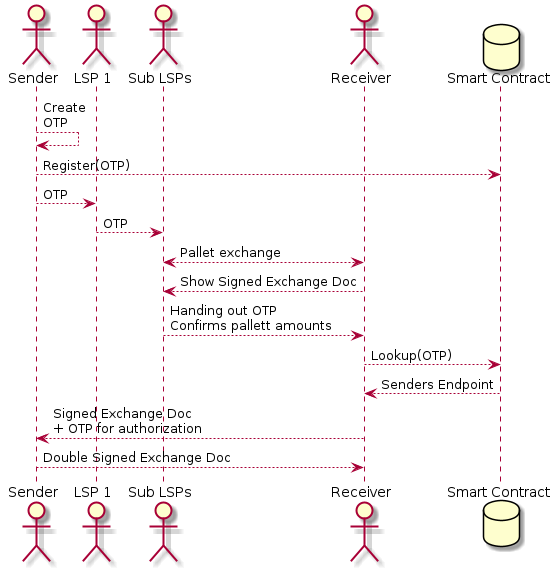
This is pix/B4l-Subcontractor-Sequencediagram.png from gs1-germany-innolab/block4log-concept-development, a PlantUML export, as it was before one commit. Its diagram source:
```plantuml
@startuml
actor Sender
actor "LSP 1" as LSP
actor "Sub LSPs" as Sub
actor Receiver
database "Smart Contract" as SC

Sender --> Sender : Create\nOTP
Sender --> SC : Register(OTP)
Sender --> LSP : OTP
LSP --> Sub : OTP

Sub <--> Receiver: Pallet exchange
Receiver --> Sub : Show Signed Exchange Doc
Sub --> Receiver : Handing out OTP\nConfirms pallett amounts

Receiver --> SC:Lookup(OTP)
SC --> Receiver: Senders Endpoint
Receiver --> Sender : Signed Exchange Doc\n+ OTP for authorization
Sender --> Receiver : Double Signed Exchange Doc

@enduml
```
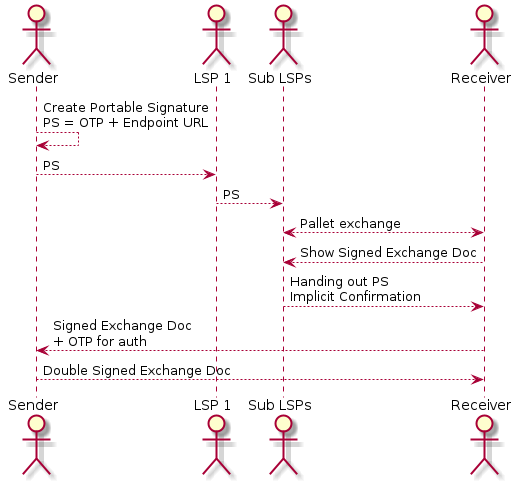
The same file after the commit.

Commit message:
updated subcontractor problem solution: no BC needed

What changed in the source:
```diff
@@ -3,20 +3,17 @@
 actor "LSP 1" as LSP
 actor "Sub LSPs" as Sub
 actor Receiver
-database "Smart Contract" as SC
 
-Sender --> Sender : Create\nOTP
-Sender --> SC : Register(OTP)
-Sender --> LSP : OTP
-LSP --> Sub : OTP
+
+Sender --> Sender : Create Portable Signature\nPS = OTP + Endpoint URL
+Sender --> LSP : PS
+LSP --> Sub : PS
 
 Sub <--> Receiver: Pallet exchange
 Receiver --> Sub : Show Signed Exchange Doc
-Sub --> Receiver : Handing out OTP\nConfirms pallett amounts
+Sub --> Receiver : Handing out PS\nImplicit Confirmation
 
-Receiver --> SC:Lookup(OTP)
-SC --> Receiver: Senders Endpoint
-Receiver --> Sender : Signed Exchange Doc\n+ OTP for authorization
+Receiver --> Sender : Signed Exchange Doc\n+ OTP for auth
 Sender --> Receiver : Double Signed Exchange Doc
 
 @enduml
```
